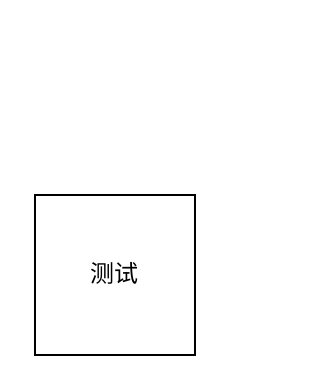
Earlier version of the draw.io diagram 架构设计/未命名绘图.drawio (mengzhuSDK/diagram). Source tidied: cells renumbered, new cells numbered last; positions are measured from the earlier drawing's top-left corner, leaving out a move shared by most shapes. Both pictures are drawn from the tidied source at 200%, with x=0, y=0 at pixel (34, 194).
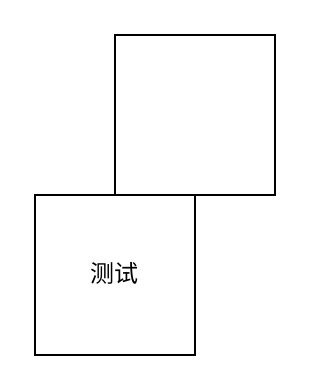
Above is the later version.

Commit message:
更新未命名绘5图.drawio

The edit, as a diff of the source:
```diff
@@
 <mxGraphModel>
   <root>
     <mxCell id="0" />
     <mxCell id="1" parent="0" />
     <mxCell id="2" value="测试" style="whiteSpace=wrap;html=1;" parent="1" vertex="1">
       <mxGeometry width="80" height="80" as="geometry" />
     </mxCell>
+    <mxCell id="3" style="whiteSpace=wrap;html=1;" parent="1" vertex="1">
+      <mxGeometry x="40" y="-80" width="80" height="80" as="geometry" />
+    </mxCell>
   </root>
 </mxGraphModel>
```
